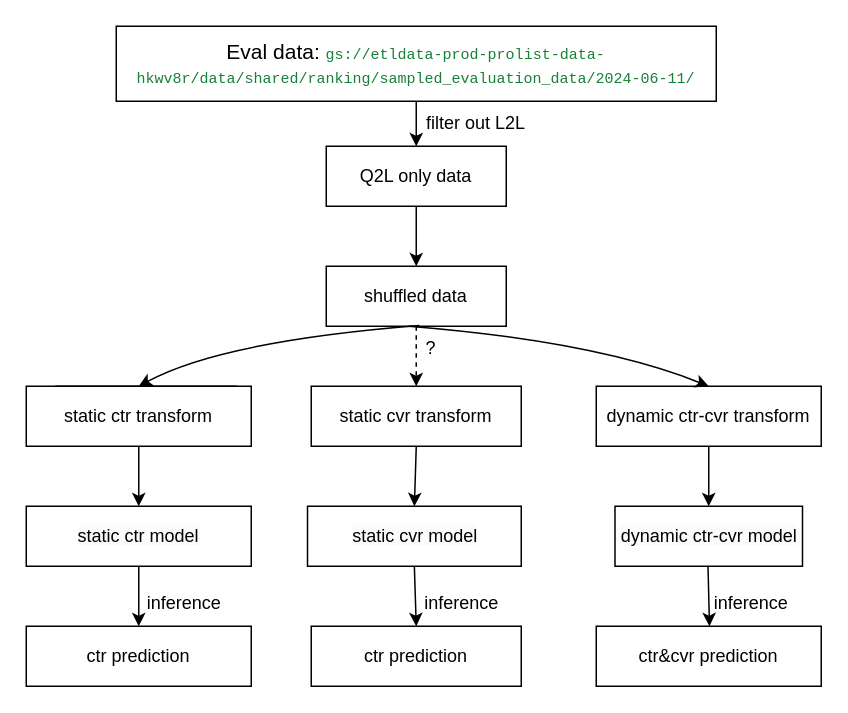
Earlier version of the draw.io diagram Untitled Diagram.drawio (local-ring/b657-final-project). Source tidied: cells renumbered, new cells numbered last; positions are measured from the earlier drawing's top-left corner, leaving out a move shared by most shapes. Both pictures are drawn from the tidied source at 150%, with x=0, y=0 at pixel (26, 26).
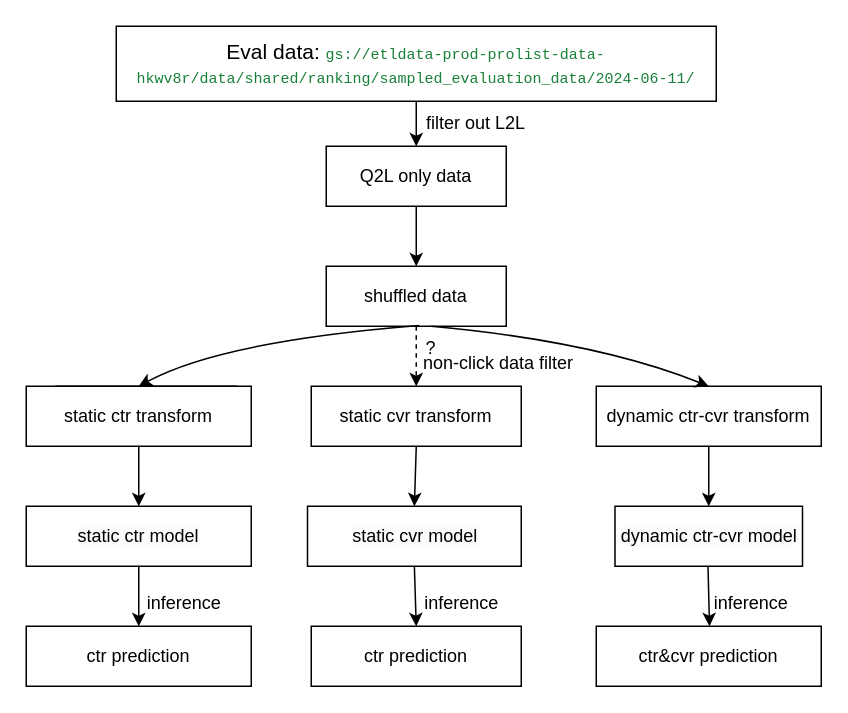
The same diagram, later.

The change refers to these unchanged cells:
```xml
<mxCell id="11" value="dynamic ctr-cvr transform" style="rounded=0;whiteSpace=wrap;html=1;" parent="1" vertex="1">
  <mxGeometry x="380" y="240" width="150" height="40" as="geometry" />
</mxCell>
<mxCell id="16" value="?" style="text;html=1;align=center;verticalAlign=middle;whiteSpace=wrap;rounded=0;" parent="1" vertex="1">
  <mxGeometry x="240" y="200" width="60" height="30" as="geometry" />
</mxCell>
```

The edit, as a diff of the source:
```diff
@@
-    <mxCell id="14" style="curved=1;endArrow=classic;html=1;rounded=0;entryX=0.5;entryY=0;entryDx=0;entryDy=0;exitX=0.25;exitY=0;exitDx=0;exitDy=0;" parent="1" edge="1" source="16" target="11">
+    <mxCell id="14" style="curved=1;endArrow=classic;html=1;rounded=0;entryX=0.5;entryY=0;entryDx=0;entryDy=0;exitX=0.5;exitY=0;exitDx=0;exitDy=0;" parent="1" edge="1" source="16" target="11">
       <mxGeometry relative="1" as="geometry">
         <Array as="points">
           <mxPoint x="380" y="210" />
         </Array>
       </mxGeometry>
     </mxCell>
@@
+    <mxCell id="31" value="non-click data filter" style="text;html=1;align=center;verticalAlign=middle;whiteSpace=wrap;rounded=0;" parent="1" vertex="1">
+      <mxGeometry x="260" y="210" width="110" height="30" as="geometry" />
+    </mxCell>
```
